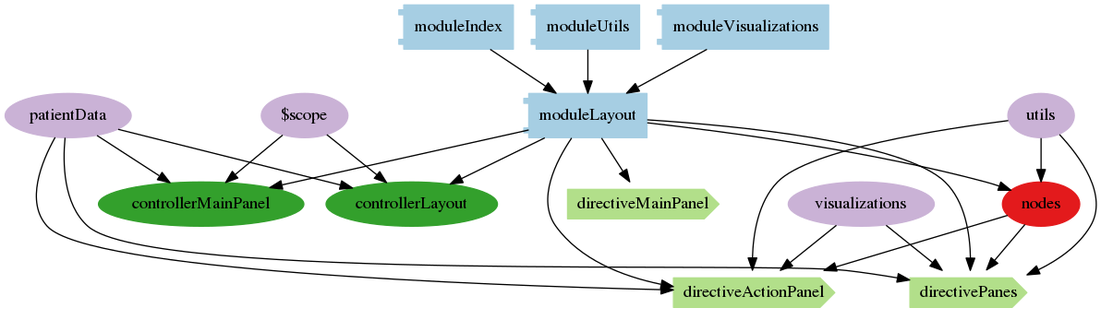
Earlier version of the Graphviz export architecture/png/modules/moduleLayout.png (nevesnunes/MultiViz). Its source is kept beside it as architecture/dot/modules/moduleLayout.dot.
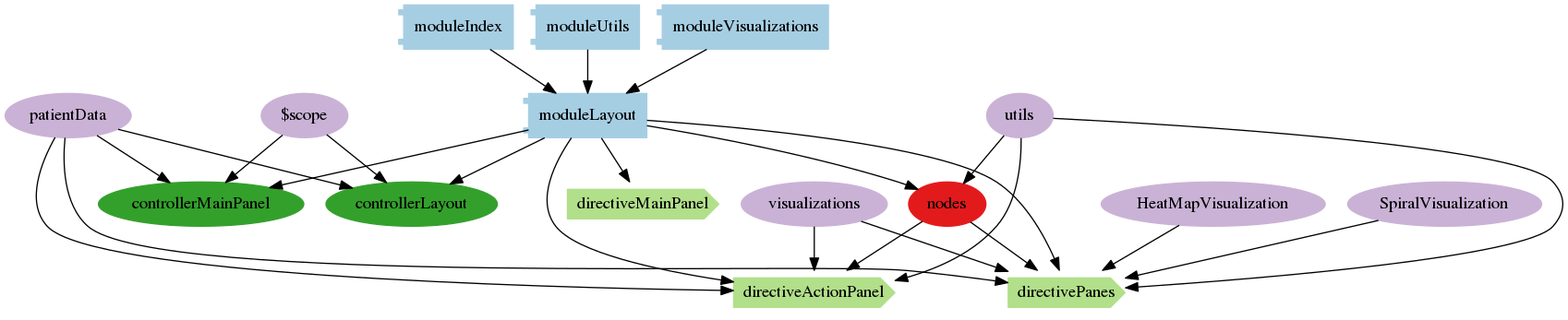
After the commit.

Diff of the diagram source:
```diff
@@ -91,6 +91,12 @@
         "visualizations"[label="visualizations"]
         "visualizations" -> "directivePanes"
 
+        "HeatMapVisualization"[label="HeatMapVisualization"]
+        "HeatMapVisualization" -> "directivePanes"
+
+        "SpiralVisualization"[label="SpiralVisualization"]
+        "SpiralVisualization" -> "directivePanes"
+
 
 
 
```
